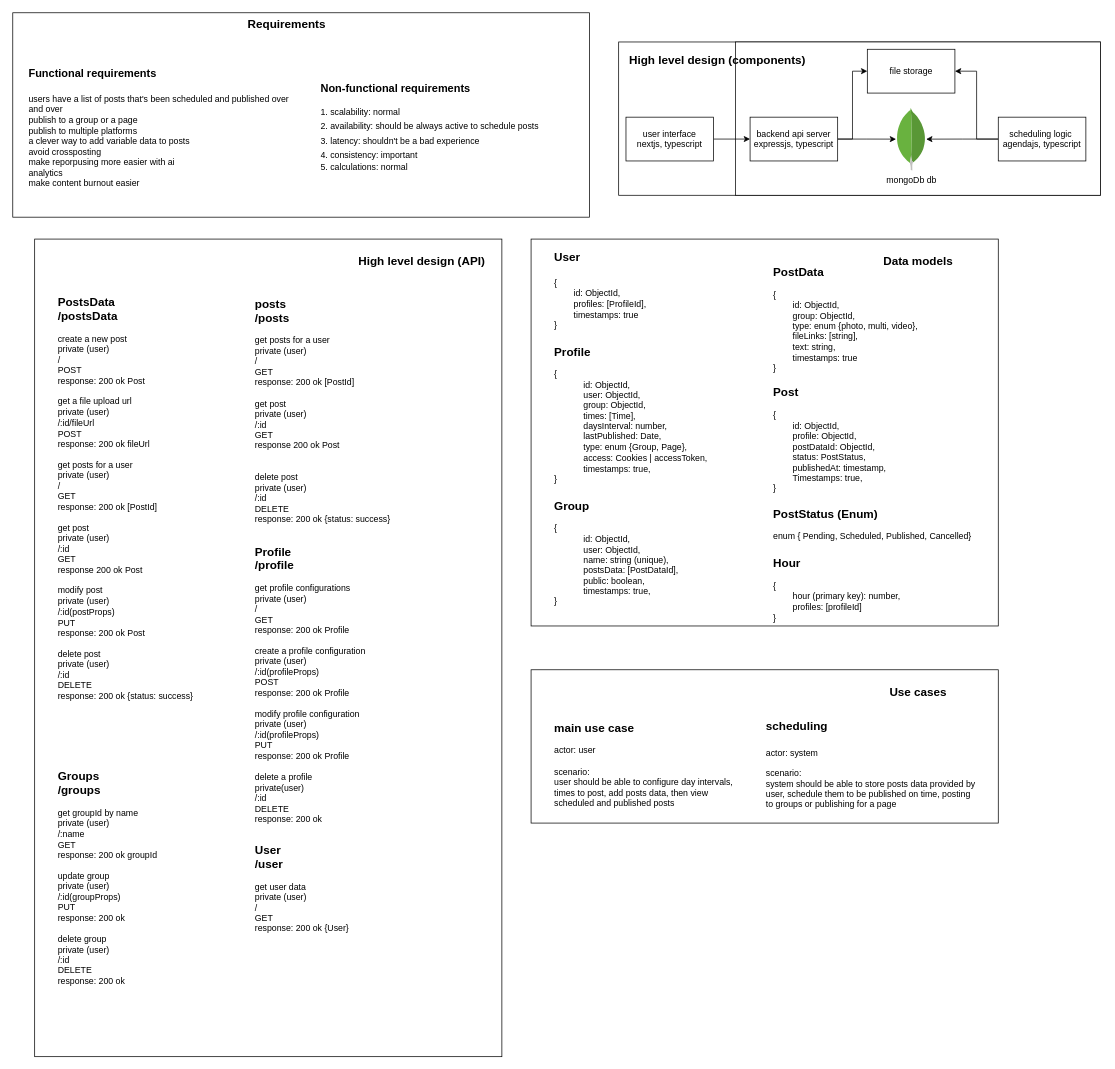
The draw.io diagram page "high-level" (1 of 4) of auto-post.drawio in ahmed-elbehairy7/pamylka-system-design, before the edit. Source tidied: cells renumbered, new cells numbered last; positions are measured from the earlier drawing's top-left corner, leaving out a move shared by most shapes. Both pictures are drawn from the tidied source at 73%, with x=0, y=0 at pixel (12, 12).
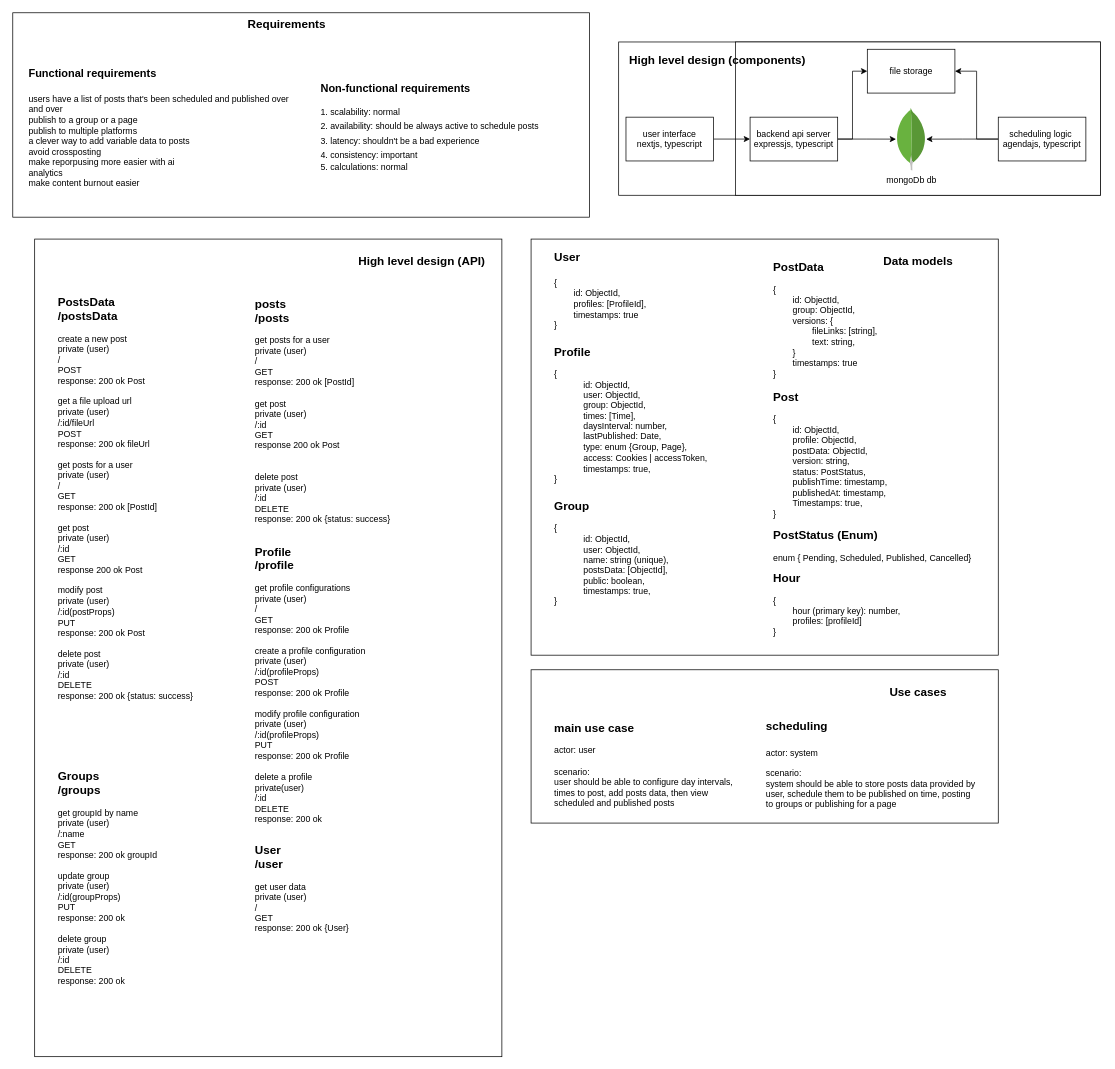
The same page after the edit.

What changed in the source:
```diff
@@
     <mxCell id="34" style="group;" parent="1" vertex="1">
-      <mxGeometry x="710" y="310" width="640" height="560" as="geometry" />
+      <mxGeometry x="710" y="310" width="640" height="570" as="geometry" />
     </mxCell>
     <mxCell id="35" style="whiteSpace=wrap;html=1;fontSize=11;" parent="34" vertex="1">
-      <mxGeometry width="640" height="530" as="geometry" />
+      <mxGeometry width="640" height="570" as="geometry" />
     </mxCell>
@@
-    <mxCell id="37" value="&lt;div&gt;&lt;b style=&quot;font-size: 16px; background-color: transparent; color: light-dark(rgb(0, 0, 0), rgb(255, 255, 255));&quot;&gt;PostData&lt;/b&gt;&lt;/div&gt;&lt;div&gt;&lt;br&gt;&lt;/div&gt;&lt;div&gt;{&lt;/div&gt;&lt;div&gt;&lt;span style=&quot;white-space: pre;&quot;&gt;&#9;&lt;/span&gt;id: ObjectId,&lt;/div&gt;&lt;div&gt;&lt;span style=&quot;white-space: pre;&quot;&gt;&#9;&lt;/span&gt;group: ObjectId,&lt;br&gt;&lt;/div&gt;&lt;div&gt;&lt;span style=&quot;white-space: pre;&quot;&gt;&lt;span style=&quot;white-space: pre;&quot;&gt;&#9;&lt;/span&gt;type: enum {photo, multi, video},&lt;/span&gt;&lt;/div&gt;&lt;div&gt;&lt;span style=&quot;white-space: pre;&quot;&gt;&lt;span style=&quot;white-space: pre;&quot;&gt;&#9;&lt;/span&gt;fileLinks: [string],&lt;/span&gt;&lt;/div&gt;&lt;div&gt;&lt;span style=&quot;white-space: pre;&quot;&gt;&lt;span style=&quot;white-space: pre;&quot;&gt;&#9;&lt;/span&gt;text: string,&lt;/span&gt;&lt;/div&gt;&lt;div&gt;&lt;span style=&quot;background-color: transparent; color: light-dark(rgb(0, 0, 0), rgb(255, 255, 255)); white-space-collapse: preserve;&quot;&gt;&lt;span style=&quot;white-space: pre;&quot;&gt;&#9;&lt;/span&gt;timestamps: true&lt;/span&gt;&lt;/div&gt;&lt;div&gt;}&lt;/div&gt;" style="text;html=1;align=left;verticalAlign=middle;strokeColor=none;fillColor=none;" parent="34" vertex="1">
-      <mxGeometry x="330" y="30" width="220" height="160" as="geometry" />
+    <mxCell id="37" value="&lt;div&gt;&lt;b style=&quot;font-size: 16px; background-color: transparent; color: light-dark(rgb(0, 0, 0), rgb(255, 255, 255));&quot;&gt;PostData&lt;/b&gt;&lt;/div&gt;&lt;div&gt;&lt;br&gt;&lt;/div&gt;&lt;div&gt;{&lt;/div&gt;&lt;div&gt;&lt;span style=&quot;white-space: pre;&quot;&gt;&#9;&lt;/span&gt;id: ObjectId,&lt;/div&gt;&lt;div&gt;&lt;span style=&quot;white-space: pre;&quot;&gt;&#9;&lt;/span&gt;group: ObjectId,&lt;br&gt;&lt;/div&gt;&lt;div&gt;&lt;span style=&quot;white-space: pre;&quot;&gt;&#9;&lt;/span&gt;versions: {&lt;/div&gt;&lt;div&gt;&lt;span style=&quot;white-space: pre;&quot;&gt;&#9;&lt;span style=&quot;white-space: pre;&quot;&gt;&#9;&lt;/span&gt;&lt;/span&gt;&lt;span style=&quot;background-color: transparent; color: light-dark(rgb(0, 0, 0), rgb(255, 255, 255)); white-space-collapse: preserve;&quot;&gt;fileLinks: [string],&lt;/span&gt;&lt;/div&gt;&lt;div&gt;&lt;span style=&quot;white-space-collapse: preserve;&quot;&gt;&lt;span&gt;&#9;&lt;span style=&quot;white-space: pre;&quot;&gt;&#9;&lt;/span&gt;&lt;/span&gt;text: string,&lt;/span&gt;&lt;/div&gt;&lt;div&gt;&lt;span style=&quot;white-space: pre;&quot;&gt;&#9;&lt;/span&gt;}&lt;br&gt;&lt;/div&gt;&lt;div&gt;&lt;span style=&quot;white-space-collapse: preserve; background-color: transparent; color: light-dark(rgb(0, 0, 0), rgb(255, 255, 255));&quot;&gt;&#9;&lt;/span&gt;&lt;span style=&quot;background-color: transparent; color: light-dark(rgb(0, 0, 0), rgb(255, 255, 255)); white-space-collapse: preserve;&quot;&gt;timestamps: true&lt;/span&gt;&lt;/div&gt;&lt;div&gt;}&lt;/div&gt;" style="text;html=1;align=left;verticalAlign=middle;strokeColor=none;fillColor=none;" parent="34" vertex="1">
+      <mxGeometry x="330" y="20" width="170" height="180" as="geometry" />
     </mxCell>
@@
-    <mxCell id="39" value="&lt;div&gt;&lt;span style=&quot;font-size: 16px;&quot;&gt;&lt;b&gt;Post&lt;/b&gt;&lt;/span&gt;&lt;/div&gt;&lt;div&gt;&lt;br&gt;&lt;/div&gt;&lt;div&gt;{&lt;/div&gt;&lt;div&gt;&lt;span style=&quot;white-space: pre;&quot;&gt;&#9;&lt;/span&gt;id: ObjectId,&lt;/div&gt;&lt;div&gt;&lt;span style=&quot;white-space: pre;&quot;&gt;&#9;&lt;/span&gt;profile: ObjectId,&lt;br&gt;&lt;/div&gt;&lt;div&gt;&lt;span style=&quot;white-space: pre;&quot;&gt;&#9;&lt;/span&gt;postDataId: ObjectId,&lt;br&gt;&lt;/div&gt;&lt;div&gt;&lt;span style=&quot;white-space: pre;&quot;&gt;&#9;&lt;/span&gt;status: PostStatus,&lt;/div&gt;&lt;div&gt;&lt;span style=&quot;white-space: pre;&quot;&gt;&#9;&lt;/span&gt;publishedAt: timestamp,&lt;br&gt;&lt;/div&gt;&lt;div&gt;&lt;span style=&quot;background-color: transparent; color: light-dark(rgb(0, 0, 0), rgb(255, 255, 255)); white-space-collapse: preserve;&quot;&gt;&lt;span style=&quot;white-space: pre;&quot;&gt;&#9;&lt;/span&gt;Timestamps: true,&lt;/span&gt;&lt;span style=&quot;background-color: transparent; color: light-dark(rgb(0, 0, 0), rgb(255, 255, 255)); white-space-collapse: preserve;&quot;&gt;&#9;&lt;/span&gt;&lt;span style=&quot;background-color: transparent; color: light-dark(rgb(0, 0, 0), rgb(255, 255, 255)); white-space-collapse: preserve;&quot;&gt;&#9;&lt;/span&gt;&lt;/div&gt;&lt;div&gt;}&lt;/div&gt;" style="text;html=1;align=left;verticalAlign=middle;strokeColor=none;fillColor=none;" parent="34" vertex="1">
-      <mxGeometry x="330" y="195" width="180" height="160" as="geometry" />
+    <mxCell id="39" value="&lt;div&gt;&lt;span style=&quot;font-size: 16px;&quot;&gt;&lt;b&gt;Post&lt;/b&gt;&lt;/span&gt;&lt;/div&gt;&lt;div&gt;&lt;br&gt;&lt;/div&gt;&lt;div&gt;{&lt;/div&gt;&lt;div&gt;&lt;span style=&quot;white-space: pre;&quot;&gt;&#9;&lt;/span&gt;id: ObjectId,&lt;/div&gt;&lt;div&gt;&lt;span style=&quot;white-space: pre;&quot;&gt;&#9;&lt;/span&gt;profile: ObjectId,&lt;br&gt;&lt;/div&gt;&lt;div&gt;&lt;span style=&quot;white-space: pre;&quot;&gt;&#9;&lt;/span&gt;postData: ObjectId,&lt;br&gt;&lt;/div&gt;&lt;div&gt;&lt;span style=&quot;white-space: pre;&quot;&gt;&#9;&lt;/span&gt;version: string,&lt;br&gt;&lt;/div&gt;&lt;div&gt;&lt;span style=&quot;white-space: pre;&quot;&gt;&#9;&lt;/span&gt;status: PostStatus,&lt;/div&gt;&lt;div&gt;&lt;span style=&quot;white-space: pre;&quot;&gt;&#9;&lt;/span&gt;publishTime: timestamp,&lt;br&gt;&lt;/div&gt;&lt;div&gt;&lt;span style=&quot;white-space: pre;&quot;&gt;&#9;&lt;/span&gt;publishedAt: timestamp,&lt;br&gt;&lt;/div&gt;&lt;div&gt;&lt;span style=&quot;background-color: transparent; color: light-dark(rgb(0, 0, 0), rgb(255, 255, 255)); white-space-collapse: preserve;&quot;&gt;&lt;span style=&quot;white-space: pre;&quot;&gt;&#9;&lt;/span&gt;Timestamps: true,&lt;/span&gt;&lt;span style=&quot;background-color: transparent; color: light-dark(rgb(0, 0, 0), rgb(255, 255, 255)); white-space-collapse: preserve;&quot;&gt;&#9;&lt;/span&gt;&lt;span style=&quot;background-color: transparent; color: light-dark(rgb(0, 0, 0), rgb(255, 255, 255)); white-space-collapse: preserve;&quot;&gt;&#9;&lt;/span&gt;&lt;/div&gt;&lt;div&gt;}&lt;/div&gt;" style="text;html=1;align=left;verticalAlign=middle;strokeColor=none;fillColor=none;" parent="34" vertex="1">
+      <mxGeometry x="330" y="200" width="180" height="190" as="geometry" />
     </mxCell>
     <mxCell id="40" value="&lt;div&gt;&lt;span style=&quot;font-size: 16px;&quot;&gt;&lt;b&gt;PostStatus (Enum)&lt;/b&gt;&lt;/span&gt;&lt;/div&gt;&lt;div&gt;&lt;span style=&quot;background-color: transparent; color: light-dark(rgb(0, 0, 0), rgb(255, 255, 255));&quot;&gt;&lt;br&gt;&lt;/span&gt;&lt;/div&gt;&lt;div&gt;&lt;span style=&quot;background-color: transparent; color: light-dark(rgb(0, 0, 0), rgb(255, 255, 255));&quot;&gt;enum { Pending, Scheduled, Published,&amp;nbsp;&lt;/span&gt;&lt;span style=&quot;background-color: transparent; color: light-dark(rgb(0, 0, 0), rgb(255, 255, 255));&quot;&gt;Cancelled}&lt;/span&gt;&lt;/div&gt;" style="text;html=1;align=left;verticalAlign=middle;strokeColor=none;fillColor=none;" parent="34" vertex="1">
-      <mxGeometry x="330" y="360" width="300" height="60" as="geometry" />
+      <mxGeometry x="330" y="390" width="300" height="60" as="geometry" />
     </mxCell>
@@
-    <mxCell id="42" value="&lt;div&gt;&lt;span style=&quot;font-size: 16px;&quot;&gt;&lt;b&gt;Group&lt;/b&gt;&lt;/span&gt;&lt;/div&gt;&lt;div&gt;&lt;br&gt;&lt;/div&gt;&lt;div&gt;{&lt;/div&gt;&lt;blockquote style=&quot;margin: 0 0 0 40px; border: none; padding: 0px;&quot;&gt;&lt;div&gt;id: ObjectId,&lt;/div&gt;&lt;div&gt;&lt;span style=&quot;background-color: transparent; color: light-dark(rgb(0, 0, 0), rgb(255, 255, 255));&quot;&gt;user: ObjectId,&lt;/span&gt;&lt;/div&gt;&lt;div&gt;&lt;span style=&quot;background-color: transparent; color: light-dark(rgb(0, 0, 0), rgb(255, 255, 255));&quot;&gt;&lt;div&gt;name: string (unique),&lt;/div&gt;&lt;/span&gt;&lt;/div&gt;&lt;div&gt;&lt;span style=&quot;background-color: transparent; color: light-dark(rgb(0, 0, 0), rgb(255, 255, 255));&quot;&gt;postsData: [PostDataId],&lt;/span&gt;&lt;/div&gt;&lt;div&gt;&lt;span style=&quot;background-color: transparent; color: light-dark(rgb(0, 0, 0), rgb(255, 255, 255));&quot;&gt;public: boolean,&lt;/span&gt;&lt;/div&gt;&lt;div&gt;&lt;span style=&quot;background-color: transparent; color: light-dark(rgb(0, 0, 0), rgb(255, 255, 255));&quot;&gt;timestamps: true,&lt;/span&gt;&lt;/div&gt;&lt;/blockquote&gt;&lt;div&gt;&lt;span style=&quot;background-color: transparent; color: light-dark(rgb(0, 0, 0), rgb(255, 255, 255));&quot;&gt;}&lt;/span&gt;&lt;/div&gt;" style="text;html=1;align=left;verticalAlign=middle;strokeColor=none;fillColor=none;" parent="34" vertex="1">
-      <mxGeometry x="30" y="350" width="190" height="160" as="geometry" />
+    <mxCell id="42" value="&lt;div&gt;&lt;span style=&quot;font-size: 16px;&quot;&gt;&lt;b&gt;Group&lt;/b&gt;&lt;/span&gt;&lt;/div&gt;&lt;div&gt;&lt;br&gt;&lt;/div&gt;&lt;div&gt;{&lt;/div&gt;&lt;blockquote style=&quot;margin: 0 0 0 40px; border: none; padding: 0px;&quot;&gt;&lt;div&gt;id: ObjectId,&lt;/div&gt;&lt;div&gt;&lt;span style=&quot;background-color: transparent; color: light-dark(rgb(0, 0, 0), rgb(255, 255, 255));&quot;&gt;user: ObjectId,&lt;/span&gt;&lt;/div&gt;&lt;div&gt;&lt;span style=&quot;background-color: transparent; color: light-dark(rgb(0, 0, 0), rgb(255, 255, 255));&quot;&gt;&lt;div&gt;name: string (unique),&lt;/div&gt;&lt;/span&gt;&lt;/div&gt;&lt;div&gt;&lt;span style=&quot;background-color: transparent; color: light-dark(rgb(0, 0, 0), rgb(255, 255, 255));&quot;&gt;postsData: [ObjectId],&lt;/span&gt;&lt;/div&gt;&lt;div&gt;&lt;span style=&quot;background-color: transparent; color: light-dark(rgb(0, 0, 0), rgb(255, 255, 255));&quot;&gt;public: boolean,&lt;/span&gt;&lt;/div&gt;&lt;div&gt;&lt;span style=&quot;background-color: transparent; color: light-dark(rgb(0, 0, 0), rgb(255, 255, 255));&quot;&gt;timestamps: true,&lt;/span&gt;&lt;/div&gt;&lt;/blockquote&gt;&lt;div&gt;&lt;span style=&quot;background-color: transparent; color: light-dark(rgb(0, 0, 0), rgb(255, 255, 255));&quot;&gt;}&lt;/span&gt;&lt;/div&gt;" style="text;html=1;align=left;verticalAlign=middle;strokeColor=none;fillColor=none;" parent="34" vertex="1">
+      <mxGeometry x="30" y="350" width="180" height="160" as="geometry" />
     </mxCell>
     <mxCell id="43" value="&lt;div&gt;&lt;span style=&quot;font-size: 16px;&quot;&gt;&lt;b&gt;Hour&lt;/b&gt;&lt;/span&gt;&lt;/div&gt;&lt;div&gt;&lt;span style=&quot;background-color: transparent; color: light-dark(rgb(0, 0, 0), rgb(255, 255, 255));&quot;&gt;&lt;br&gt;&lt;/span&gt;&lt;/div&gt;&lt;div&gt;&lt;span style=&quot;background-color: transparent; color: light-dark(rgb(0, 0, 0), rgb(255, 255, 255));&quot;&gt;{&lt;/span&gt;&lt;/div&gt;&lt;div&gt;&lt;span style=&quot;background-color: transparent; color: light-dark(rgb(0, 0, 0), rgb(255, 255, 255));&quot;&gt;&lt;span style=&quot;white-space: pre;&quot;&gt;&#9;&lt;/span&gt;hour (primary key): number,&lt;br&gt;&lt;/span&gt;&lt;/div&gt;&lt;div&gt;&lt;span style=&quot;background-color: transparent; color: light-dark(rgb(0, 0, 0), rgb(255, 255, 255));&quot;&gt;&lt;span style=&quot;white-space: pre;&quot;&gt;&#9;&lt;/span&gt;profiles: [profileId]&lt;br&gt;&lt;/span&gt;&lt;/div&gt;&lt;div&gt;&lt;span style=&quot;background-color: transparent; color: light-dark(rgb(0, 0, 0), rgb(255, 255, 255));&quot;&gt;&lt;/span&gt;&lt;span style=&quot;background-color: transparent; color: light-dark(rgb(0, 0, 0), rgb(255, 255, 255));&quot;&gt;}&lt;/span&gt;&lt;/div&gt;" style="text;html=1;align=left;verticalAlign=middle;strokeColor=none;fillColor=none;" parent="34" vertex="1">
-      <mxGeometry x="330" y="430" width="200" height="100" as="geometry" />
+      <mxGeometry x="330" y="450" width="200" height="100" as="geometry" />
     </mxCell>
```
